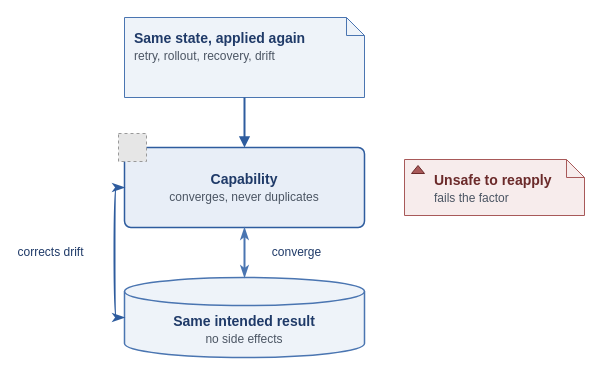
Earlier version of the draw.io diagram page "PCF Diagram" (12 of 13) of diagrams/pcf-community-draft.drawio (missBerg/platform-capabilities). Source tidied: cells renumbered, new cells numbered last; positions are measured from the earlier drawing's top-left corner, leaving out a move shared by most shapes. Both pictures are drawn from the tidied source at 100%, with x=0, y=0 at pixel (118, 17). Pictures stored in the file or linked from it are replaced by grey dashed boxes.
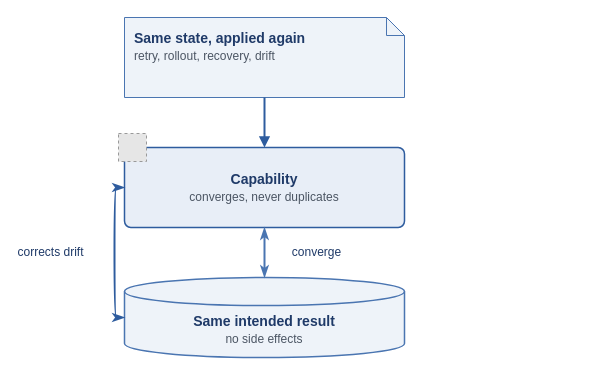
After the change.

Change to the diagram source:
```diff
@@
 <mxGraphModel>
   <root>
     <mxCell id="0" />
     <mxCell id="1" parent="0" />
     <mxCell id="2" value="&lt;b&gt;Same state, applied again&lt;/b&gt;&lt;br&gt;&lt;font style=&quot;font-size: 12px&quot; color=&quot;#4B5563&quot;&gt;retry, rollout, recovery, drift&lt;/font&gt;" style="shape=note;whiteSpace=wrap;html=1;backgroundOutline=1;fillColor=#EEF3F9;strokeColor=#4A75B1;strokeWidth=1;fontColor=#1F3A68;fontFamily=Helvetica;fontSize=14;align=left;verticalAlign=top;spacingLeft=8;spacingTop=6;spacingRight=8;shadow=0;size=18;" parent="1" vertex="1">
-      <mxGeometry x="6" width="240" height="80" as="geometry" />
+      <mxGeometry x="6" width="280" height="80" as="geometry" />
     </mxCell>
     <mxCell id="3" value="&lt;b&gt;Capability&lt;/b&gt;&lt;br&gt;&lt;font style=&quot;font-size: 12px&quot; color=&quot;#4B5563&quot;&gt;converges, never duplicates&lt;/font&gt;" style="rounded=1;whiteSpace=wrap;html=1;arcSize=8;fillColor=#E8EEF7;strokeColor=#2E5C9E;strokeWidth=1.5;fontColor=#1F3A68;fontFamily=Helvetica;fontSize=14;align=center;verticalAlign=middle;shadow=0;" parent="1" vertex="1">
-      <mxGeometry x="6" y="130" width="240" height="80" as="geometry" />
+      <mxGeometry x="6" y="130" width="280" height="80" as="geometry" />
     </mxCell>
     <mxCell id="4" style="fillColor=#E6E6E6;strokeColor=#999999;dashed=1;verticalLabelPosition=bottom;verticalAlign=top;align=center;fontFamily=Helvetica;fontSize=14;fontColor=#1F3A68;" parent="1" vertex="1">
       <mxGeometry y="116" width="28" height="28" as="geometry" />
     </mxCell>
-    <mxCell id="5" value="&lt;b&gt;Unsafe to reapply&lt;/b&gt;&lt;br&gt;&lt;font style=&quot;font-size: 12px&quot; color=&quot;#4B5563&quot;&gt;fails the factor&lt;/font&gt;" style="shape=note;whiteSpace=wrap;html=1;backgroundOutline=1;fillColor=#F7ECEC;strokeColor=#A85959;strokeWidth=1;fontColor=#6B2A2A;fontFamily=Helvetica;fontSize=14;align=left;verticalAlign=top;spacingLeft=28;spacingTop=6;spacingRight=8;shadow=0;size=18;" parent="1" vertex="1">
-      <mxGeometry x="286" y="142" width="180" height="56" as="geometry" />
-    </mxCell>
-    <mxCell id="6" style="shape=triangle;direction=north;fillColor=#A85959;strokeColor=#6B2A2A;html=1;shadow=0;" parent="1" vertex="1">
-      <mxGeometry x="293" y="148" width="13" height="8" as="geometry" />
-    </mxCell>
     <mxCell id="7" value="&lt;b&gt;Same intended result&lt;/b&gt;&lt;br&gt;&lt;font style=&quot;font-size: 12px&quot; color=&quot;#4B5563&quot;&gt;no side effects&lt;/font&gt;" style="shape=cylinder3;boundedLbl=1;backgroundOutline=1;size=14;whiteSpace=wrap;html=1;fillColor=#EEF3F9;strokeColor=#4A75B1;strokeWidth=1.5;fontColor=#1F3A68;fontFamily=Helvetica;fontSize=14;align=center;verticalAlign=middle;shadow=0;" parent="1" vertex="1">
-      <mxGeometry x="6" y="260" width="240" height="80" as="geometry" />
+      <mxGeometry x="6" y="260" width="280" height="80" as="geometry" />
     </mxCell>
     <mxCell id="8" style="edgeStyle=orthogonalEdgeStyle;endArrow=block;html=1;rounded=0;strokeColor=#2E5C9E;strokeWidth=2;fontColor=#1F3A68;fontFamily=Helvetica;fontSize=12;endFill=1;curved=1;exitX=0.5;exitY=1;exitDx=0;exitDy=0;entryX=0.5;entryY=0;entryDx=0;entryDy=0;" parent="1" edge="1" source="2" target="3">
       <mxGeometry relative="1" as="geometry" />
     </mxCell>
     <mxCell id="9" value="converge" style="edgeStyle=orthogonalEdgeStyle;endArrow=classicThin;startArrow=classicThin;html=1;rounded=0;strokeColor=#4A75B1;strokeWidth=2;fontColor=#1F3A68;fontFamily=Helvetica;fontSize=12;curved=1;exitX=0.5;exitY=1;exitDx=0;exitDy=0;entryX=0.5;entryY=0;entryDx=0;entryDy=0;" parent="1" edge="1" source="3" target="7">
       <mxGeometry relative="1" as="geometry">
         <mxPoint x="52" as="offset" />
       </mxGeometry>
     </mxCell>
     <mxCell id="10" value="corrects drift" style="edgeStyle=orthogonalEdgeStyle;endArrow=classicThin;startArrow=classicThin;html=1;curved=1;rounded=0;strokeColor=#2E5C9E;strokeWidth=2;fontColor=#1F3A68;fontFamily=Helvetica;fontSize=12;curved=1;exitX=0;exitY=0.5;exitDx=0;exitDy=0;entryX=0;entryY=0.5;entryDx=0;entryDy=0;" parent="1" edge="1" source="7" target="3">
       <mxGeometry relative="1" as="geometry">
         <mxPoint x="-64" as="offset" />
       </mxGeometry>
     </mxCell>
   </root>
 </mxGraphModel>
```
